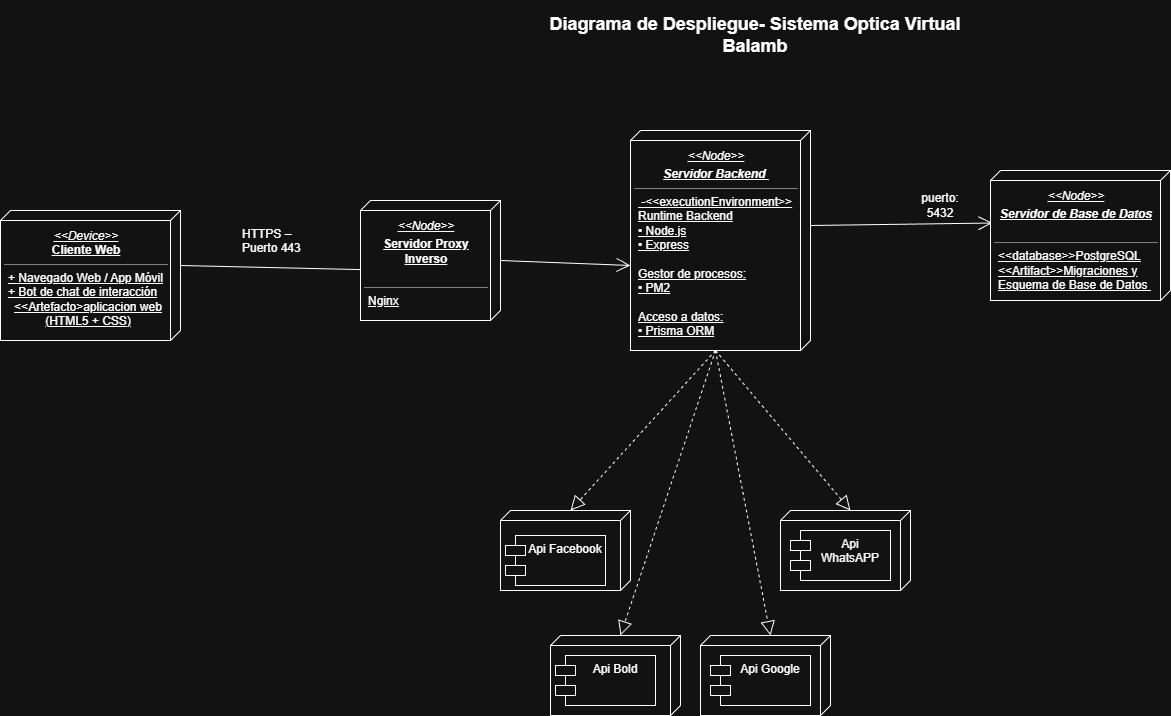
Above: _docs_/trim2/07_diagrama_distribucion/Diagrama de despliegue.drawio.png in LENICITA/estructura_optica-balamb (draw.io), before the change. Source tidied: cells renumbered, new cells last; positions are measured from the earlier drawing's top-left corner, leaving out a move shared by most shapes.
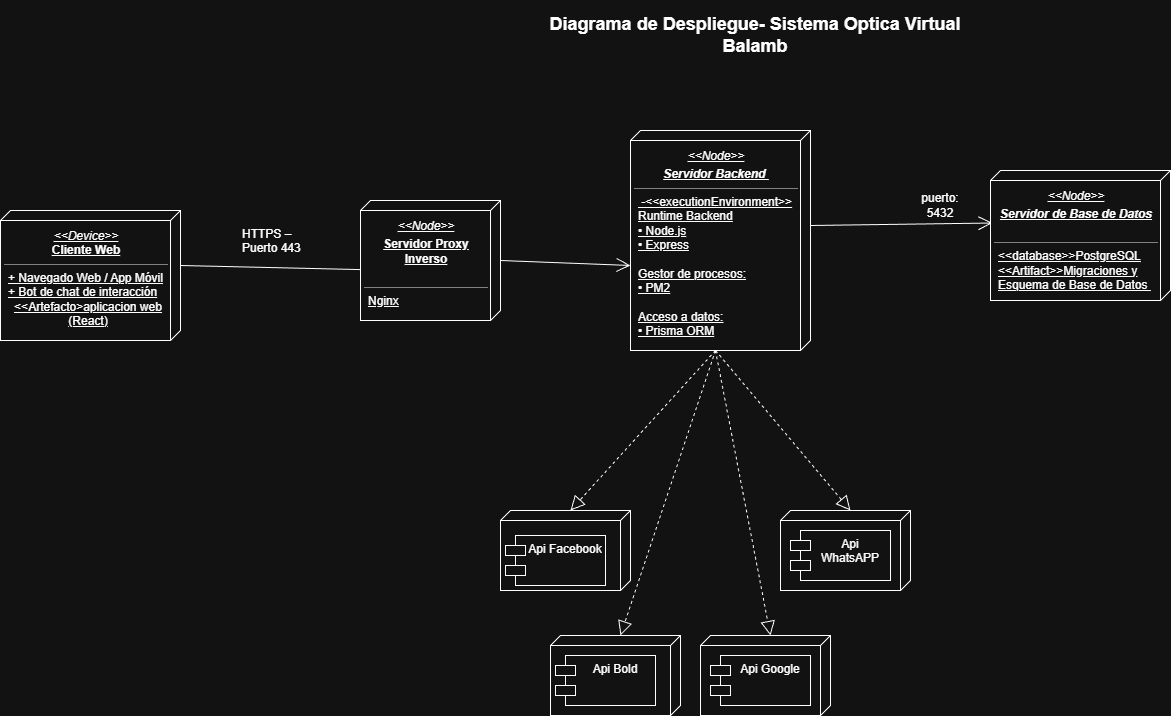
The same file after the commit.

The edit, as a diff of the source:
```diff
@@ -11,7 +11,7 @@
     <mxCell id="4" value="puerto: 5432" style="text;html=1;whiteSpace=wrap;strokeColor=none;fillColor=none;align=center;verticalAlign=middle;rounded=0;" parent="1" vertex="1">
       <mxGeometry x="910" y="190" width="60" height="30" as="geometry" />
     </mxCell>
-    <mxCell id="5" value="&lt;p style=&quot;margin: 4px 0px 0px; text-align: center;&quot;&gt;&lt;i&gt;&amp;lt;&amp;lt;Device&amp;gt;&amp;gt; &lt;/i&gt;&lt;br&gt;&lt;b&gt;Cliente Web&lt;/b&gt;&lt;/p&gt;&lt;hr size=&quot;1&quot; style=&quot;border-style: solid;&quot;&gt;&lt;p style=&quot;margin: 0px 0px 0px 4px;&quot;&gt;+ Navegado Web / App Móvil&lt;/p&gt;&lt;p style=&quot;margin: 0px 0px 0px 4px;&quot;&gt;+ Bot de chat de interacción&lt;/p&gt;&lt;p style=&quot;text-align: center; margin: 0px 0px 0px 4px;&quot;&gt;&lt;span style=&quot;background-color: transparent; color: light-dark(rgb(0, 0, 0), rgb(255, 255, 255));&quot;&gt;&amp;lt;&amp;lt;Artefacto&amp;gt;&lt;/span&gt;&lt;span style=&quot;background-color: transparent; color: light-dark(rgb(0, 0, 0), rgb(255, 255, 255));&quot;&gt;aplicacion web (HTML5 + CSS)&lt;/span&gt;&lt;/p&gt;&lt;p style=&quot;text-align: center; margin: 0px 0px 0px 4px;&quot;&gt;&lt;br&gt;&lt;/p&gt;&lt;p style=&quot;margin: 0px 0px 0px 4px;&quot;&gt;&lt;br&gt;&lt;/p&gt;" style="verticalAlign=top;align=left;spacingTop=8;spacingLeft=2;spacingRight=12;shape=cube;size=10;direction=south;fontStyle=4;html=1;whiteSpace=wrap;" parent="1" vertex="1">
+    <mxCell id="5" value="&lt;p style=&quot;margin: 4px 0px 0px; text-align: center;&quot;&gt;&lt;i&gt;&amp;lt;&amp;lt;Device&amp;gt;&amp;gt; &lt;/i&gt;&lt;br&gt;&lt;b&gt;Cliente Web&lt;/b&gt;&lt;/p&gt;&lt;hr size=&quot;1&quot; style=&quot;border-style: solid;&quot;&gt;&lt;p style=&quot;margin: 0px 0px 0px 4px;&quot;&gt;+ Navegado Web / App Móvil&lt;/p&gt;&lt;p style=&quot;margin: 0px 0px 0px 4px;&quot;&gt;+ Bot de chat de interacción&lt;/p&gt;&lt;p style=&quot;text-align: center; margin: 0px 0px 0px 4px;&quot;&gt;&lt;span style=&quot;background-color: transparent; color: light-dark(rgb(0, 0, 0), rgb(255, 255, 255));&quot;&gt;&amp;lt;&amp;lt;Artefacto&amp;gt;&lt;/span&gt;&lt;span style=&quot;background-color: transparent; color: light-dark(rgb(0, 0, 0), rgb(255, 255, 255));&quot;&gt;aplicacion web (React)&lt;/span&gt;&lt;/p&gt;&lt;p style=&quot;text-align: center; margin: 0px 0px 0px 4px;&quot;&gt;&lt;br&gt;&lt;/p&gt;&lt;p style=&quot;margin: 0px 0px 0px 4px;&quot;&gt;&lt;br&gt;&lt;/p&gt;" style="verticalAlign=top;align=left;spacingTop=8;spacingLeft=2;spacingRight=12;shape=cube;size=10;direction=south;fontStyle=4;html=1;whiteSpace=wrap;" parent="1" vertex="1">
       <mxGeometry y="210" width="180" height="130" as="geometry" />
     </mxCell>
     <mxCell id="6" value="&lt;p style=&quot;margin: 4px 0px 0px; text-align: center;&quot;&gt;&lt;i&gt;&amp;lt;&amp;lt;Node&amp;gt;&amp;gt;&lt;/i&gt;&lt;br&gt;&lt;/p&gt;&lt;p style=&quot;margin: 4px 0px 0px; text-align: center;&quot;&gt;&lt;b&gt;&lt;i&gt;Servidor Backend&amp;nbsp;&lt;/i&gt;&lt;/b&gt;&lt;/p&gt;&lt;hr size=&quot;1&quot; style=&quot;border-style: solid;&quot;&gt;&lt;p style=&quot;margin: 0px 0px 0px 4px;&quot;&gt;&amp;nbsp;-&amp;lt;&amp;lt;executionEnvironment&amp;gt;&amp;gt; Runtime Backend&lt;/p&gt;&lt;p style=&quot;margin: 0px 0px 0px 4px;&quot;&gt;• Node.js&lt;/p&gt;&lt;p style=&quot;margin: 0px 0px 0px 4px;&quot;&gt;• Express&lt;/p&gt;&lt;p style=&quot;margin: 0px 0px 0px 4px;&quot;&gt;&lt;br&gt;&lt;/p&gt;&lt;p style=&quot;margin: 0px 0px 0px 4px;&quot;&gt;Gestor de procesos:&lt;/p&gt;&lt;p style=&quot;margin: 0px 0px 0px 4px;&quot;&gt;• PM2&lt;/p&gt;&lt;p style=&quot;margin: 0px 0px 0px 4px;&quot;&gt;&lt;br&gt;&lt;/p&gt;&lt;p style=&quot;margin: 0px 0px 0px 4px;&quot;&gt;Acceso a datos:&lt;/p&gt;&lt;p style=&quot;margin: 0px 0px 0px 4px;&quot;&gt;• Prisma ORM&lt;/p&gt;&lt;p style=&quot;margin: 0px 0px 0px 4px;&quot;&gt;&lt;br&gt;&lt;/p&gt;" style="verticalAlign=top;align=left;spacingTop=8;spacingLeft=2;spacingRight=12;shape=cube;size=10;direction=south;fontStyle=4;html=1;whiteSpace=wrap;" parent="1" vertex="1">
```
